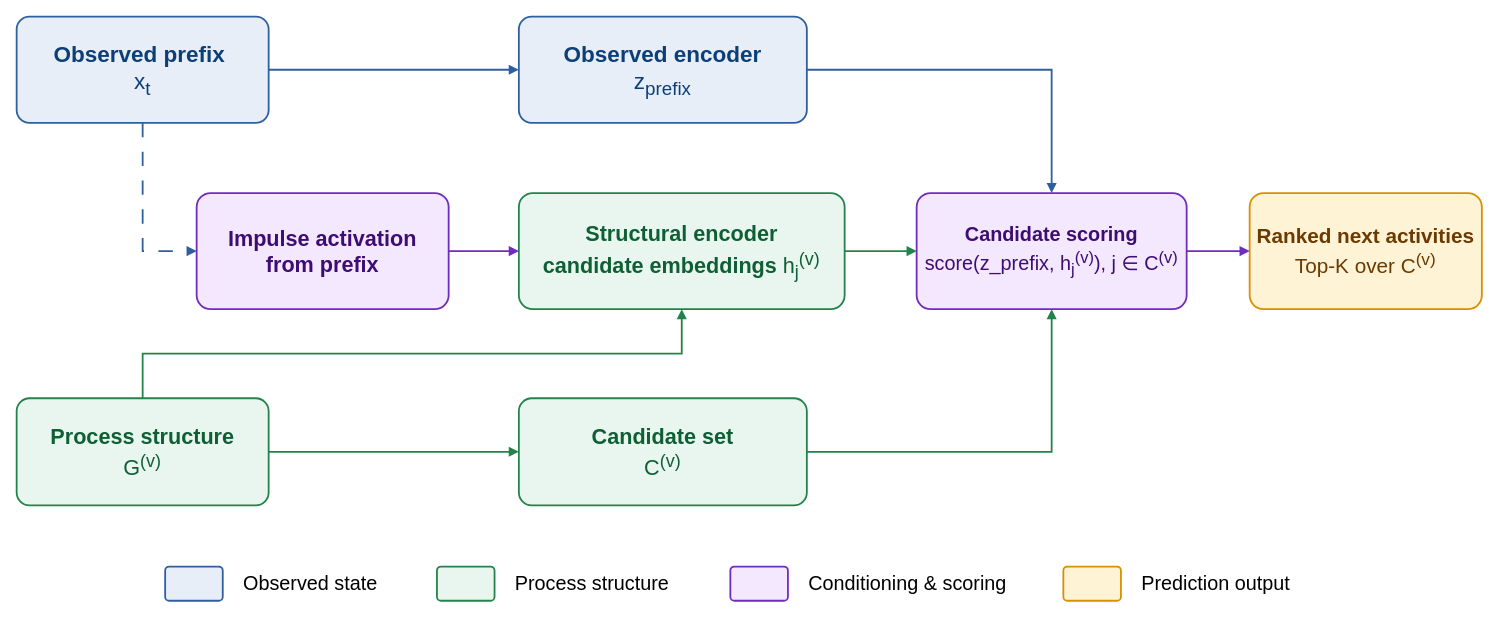
This is Fig2_EOPKG_pipeline.drawio from ghsrg/bpm_prediction, a draw.io file, before an edit. Source tidied: cells renumbered, new cells numbered last; positions are measured from the earlier drawing's top-left corner, leaving out a move shared by most shapes. Both pictures are drawn from the tidied source at 90%, with x=0, y=0 at pixel (16, 16).
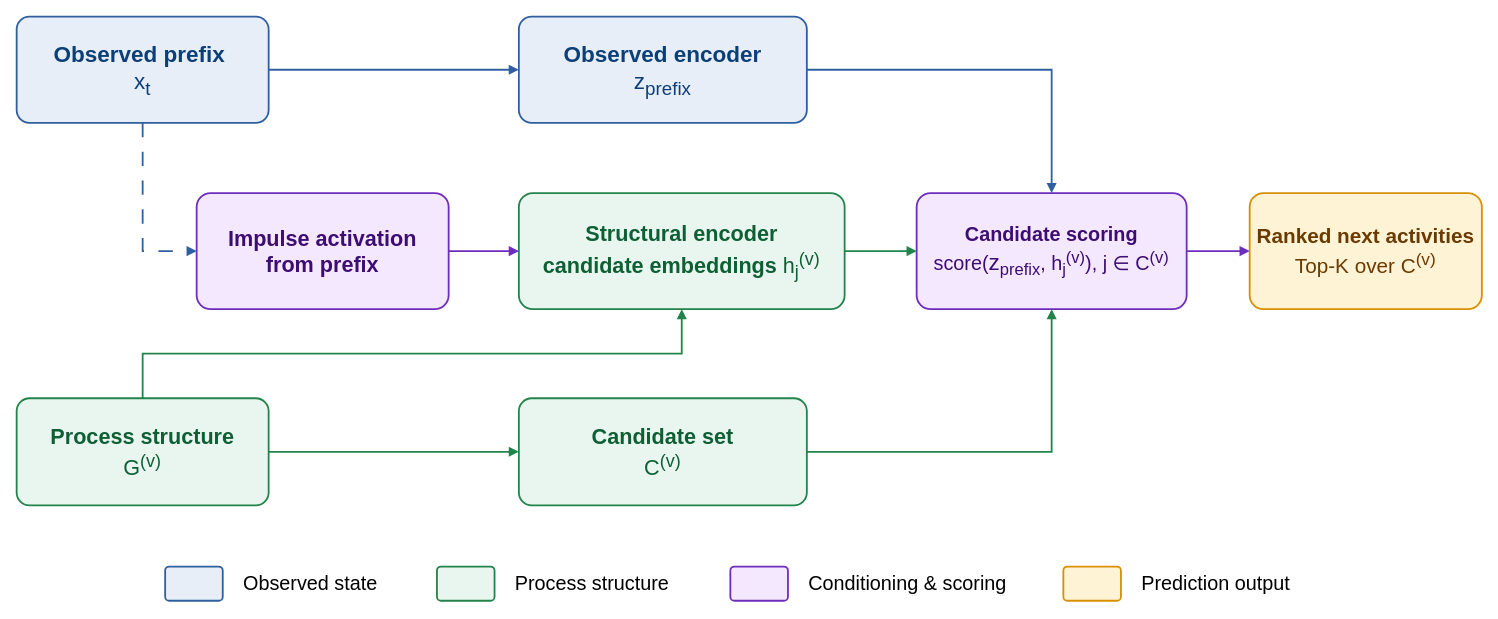
The same diagram, later.

The edit, as a diff of the source:
```diff
@@
-    <mxCell id="6" value="&lt;b&gt;Candidate scoring&lt;/b&gt;&lt;br&gt;&lt;span style=&quot;font-weight: normal;&quot;&gt;score(z_prefix, h&lt;sub style=&quot;&quot;&gt;j&lt;/sub&gt;&lt;sup style=&quot;&quot;&gt;(v)&lt;/sup&gt;), j ∈ C&lt;sup style=&quot;&quot;&gt;(v)&lt;/sup&gt;&lt;/span&gt;" style="rounded=1;whiteSpace=wrap;html=1;fillColor=#F4E8FF;strokeColor=#6F2DBD;fontColor=#3D0D73;fontSize=22;fontStyle=1;strokeWidth=2;shadow=0;arcSize=12;spacing=8;" parent="1" vertex="1">
+    <mxCell id="6" value="&lt;b&gt;Candidate scoring&lt;/b&gt;&lt;br&gt;&lt;span style=&quot;font-weight: normal;&quot;&gt;score(&lt;/span&gt;&lt;font style=&quot;color: light-dark(rgb(61, 13, 115), rgb(237, 237, 237));&quot;&gt;&lt;span style=&quot;font-size: 25px; font-weight: 400;&quot;&gt;z&lt;/span&gt;&lt;sub style=&quot;font-weight: 400;&quot;&gt;prefix&lt;/sub&gt;&lt;/font&gt;&lt;span style=&quot;font-weight: normal;&quot;&gt;, h&lt;sub style=&quot;&quot;&gt;j&lt;/sub&gt;&lt;sup style=&quot;&quot;&gt;(v)&lt;/sup&gt;), j ∈ C&lt;sup style=&quot;&quot;&gt;(v)&lt;/sup&gt;&lt;/span&gt;" style="rounded=1;whiteSpace=wrap;html=1;fillColor=#F4E8FF;strokeColor=#6F2DBD;fontColor=#3D0D73;fontSize=22;fontStyle=1;strokeWidth=2;shadow=0;arcSize=12;spacing=8;" parent="1" vertex="1">
       <mxGeometry x="1000" y="196" width="300" height="129" as="geometry" />
     </mxCell>
```
